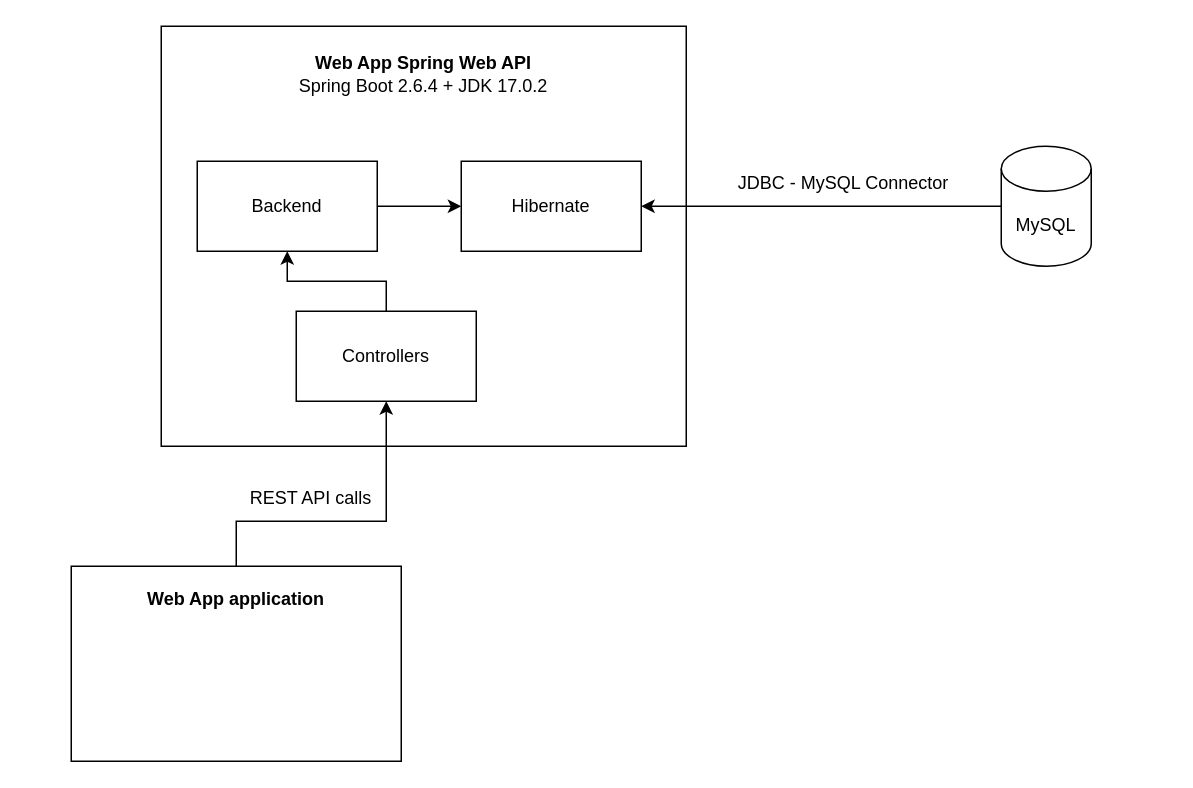
The draw.io diagram diagrams/architecture/architecture_diagram.drawio in BossD3struction/swi1-web-app, before the edit. Source tidied: cells renumbered, new cells numbered last; positions are measured from the earlier drawing's top-left corner, leaving out a move shared by most shapes. Both pictures are drawn from the tidied source at 150%, with x=0, y=0 at pixel (70, 26).
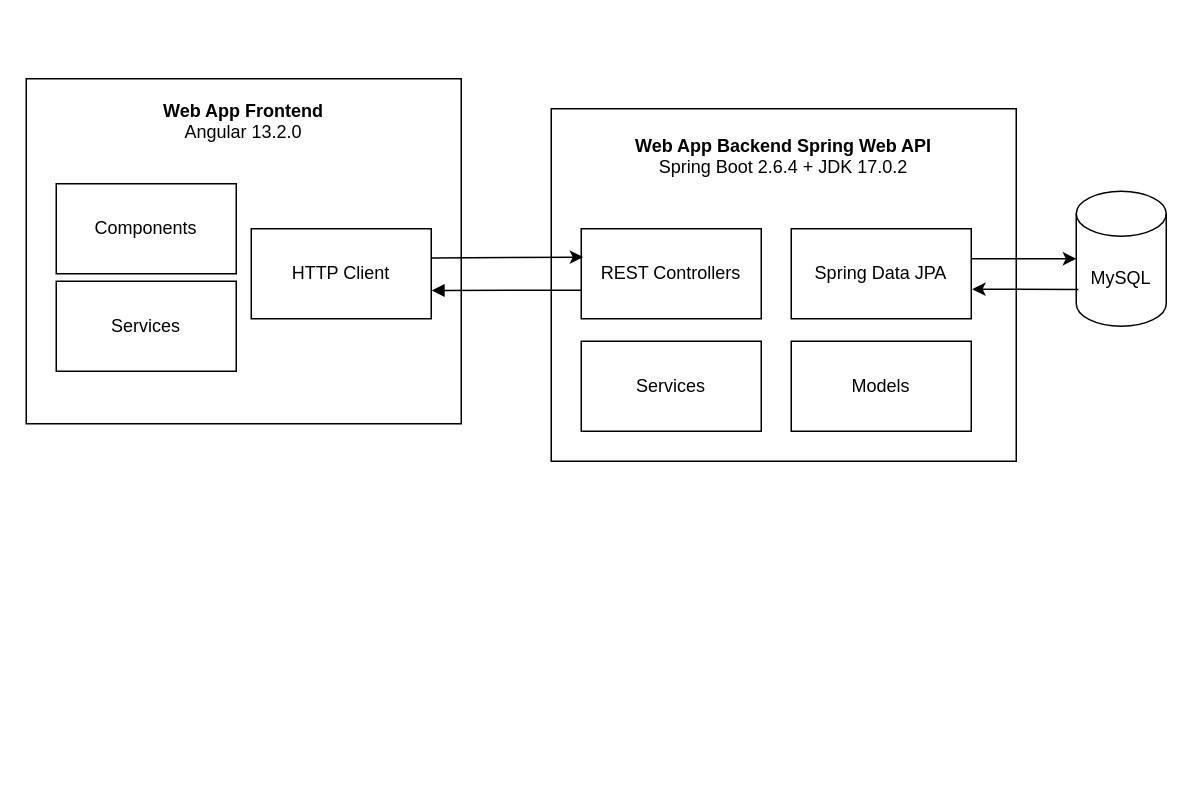
The same page after the edit.

What changed in the source:
```diff
@@
 <mxGraphModel>
   <root>
     <mxCell id="0" />
     <mxCell id="1" parent="0" />
-    <mxCell id="2" value="&lt;b&gt;Web App application&lt;/b&gt;&lt;br&gt;&lt;br&gt;&lt;br&gt;&lt;br&gt;&lt;br&gt;&lt;br&gt;&lt;br&gt;" style="rounded=0;whiteSpace=wrap;html=1;" parent="1" vertex="1">
-      <mxGeometry y="360" width="220" height="130" as="geometry" />
+    <mxCell id="2" value="&lt;b&gt;Web App&amp;nbsp;&lt;/b&gt;&lt;b&gt;Frontend&lt;/b&gt;&lt;br&gt;Angular 13.2.0&lt;br&gt;&lt;br&gt;&lt;br&gt;&lt;br&gt;&lt;br&gt;&lt;br&gt;&lt;br&gt;&lt;br&gt;&lt;br&gt;&lt;br&gt;&lt;br&gt;&lt;br&gt;&lt;br&gt;" style="rounded=0;whiteSpace=wrap;html=1;" parent="1" vertex="1">
+      <mxGeometry x="-30" y="35" width="290" height="230" as="geometry" />
     </mxCell>
-    <mxCell id="3" value="&lt;b&gt;Web App Spring Web API&lt;/b&gt;&lt;br&gt;Spring Boot 2.6.4 + JDK 17.0.2&lt;br&gt;&lt;br&gt;&lt;br&gt;&lt;br&gt;&lt;br&gt;&lt;br&gt;&lt;br&gt;&lt;br&gt;&lt;br&gt;&lt;br&gt;&lt;br&gt;&lt;br&gt;&lt;br&gt;&lt;br&gt;&lt;br&gt;&lt;br&gt;" style="rounded=0;whiteSpace=wrap;html=1;" parent="1" vertex="1">
-      <mxGeometry x="60" width="350" height="280" as="geometry" />
+    <mxCell id="3" value="&lt;b&gt;Web App Backend Spring Web API&lt;/b&gt;&lt;br&gt;Spring Boot 2.6.4 + JDK 17.0.2&lt;br&gt;&lt;br&gt;&lt;br&gt;&lt;br&gt;&lt;br&gt;&lt;br&gt;&lt;br&gt;&lt;br&gt;&lt;br&gt;&lt;br&gt;&lt;br&gt;&lt;br&gt;&lt;br&gt;" style="rounded=0;whiteSpace=wrap;html=1;" parent="1" vertex="1">
+      <mxGeometry x="320" y="55" width="310" height="235" as="geometry" />
     </mxCell>
-    <mxCell id="4" value="Controllers" style="rounded=0;whiteSpace=wrap;html=1;" parent="1" vertex="1">
-      <mxGeometry x="150" y="190" width="120" height="60" as="geometry" />
+    <mxCell id="4" value="REST Controllers" style="rounded=0;whiteSpace=wrap;html=1;" parent="1" vertex="1">
+      <mxGeometry x="340" y="135" width="120" height="60" as="geometry" />
     </mxCell>
-    <mxCell id="5" value="Hibernate" style="rounded=0;whiteSpace=wrap;html=1;" parent="1" vertex="1">
-      <mxGeometry x="260" y="90" width="120" height="60" as="geometry" />
+    <mxCell id="5" value="Spring Data JPA" style="rounded=0;whiteSpace=wrap;html=1;align=center;" parent="1" vertex="1">
+      <mxGeometry x="480" y="135" width="120" height="60" as="geometry" />
     </mxCell>
-    <mxCell id="6" value="Backend" style="rounded=0;whiteSpace=wrap;html=1;" parent="1" vertex="1">
-      <mxGeometry x="84" y="90" width="120" height="60" as="geometry" />
-    </mxCell>
     <mxCell id="7" value="MySQL" style="shape=cylinder3;whiteSpace=wrap;html=1;boundedLbl=1;backgroundOutline=1;size=15;" parent="1" vertex="1">
-      <mxGeometry x="620" y="80" width="60" height="80" as="geometry" />
+      <mxGeometry x="670" y="110" width="60" height="90" as="geometry" />
     </mxCell>
-    <mxCell id="8" style="endArrow=classic;html=1;rounded=0;exitX=0;exitY=0.5;exitDx=0;exitDy=0;exitPerimeter=0;entryX=1;entryY=0.5;entryDx=0;entryDy=0;" parent="1" edge="1" source="7" target="5">
+    <mxCell id="8" style="endArrow=classic;html=1;rounded=0;exitX=0.025;exitY=0.728;exitDx=0;exitDy=0;exitPerimeter=0;entryX=1.005;entryY=0.671;entryDx=0;entryDy=0;entryPerimeter=0;" parent="1" edge="1" source="7" target="5">
       <mxGeometry relative="1" as="geometry" />
     </mxCell>
-    <mxCell id="9" value="JDBC - MySQL Connector" style="text;html=1;strokeColor=none;fillColor=none;align=center;verticalAlign=middle;whiteSpace=wrap;rounded=0;" parent="1" vertex="1">
-      <mxGeometry x="430" y="90" width="170" height="30" as="geometry" />
-    </mxCell>
-    <mxCell id="10" style="endArrow=classic;html=1;rounded=0;entryX=0;entryY=0.5;entryDx=0;entryDy=0;exitX=1;exitY=0.5;exitDx=0;exitDy=0;" parent="1" edge="1" source="6" target="5">
-      <mxGeometry relative="1" as="geometry" />
-    </mxCell>
-    <mxCell id="11" style="endArrow=classic;html=1;rounded=0;exitX=0.5;exitY=0;exitDx=0;exitDy=0;entryX=0.5;entryY=1;entryDx=0;entryDy=0;" parent="1" edge="1" source="4" target="6">
-      <mxGeometry relative="1" as="geometry">
-        <Array as="points">
-          <mxPoint x="210" y="170" />
-          <mxPoint x="144" y="170" />
-        </Array>
-      </mxGeometry>
-    </mxCell>
-    <mxCell id="12" style="endArrow=classic;html=1;rounded=0;exitX=0.5;exitY=0;exitDx=0;exitDy=0;entryX=0.5;entryY=1;entryDx=0;entryDy=0;" parent="1" edge="1" source="2" target="4">
-      <mxGeometry relative="1" as="geometry">
-        <Array as="points">
-          <mxPoint x="110" y="330" />
-          <mxPoint x="210" y="330" />
-        </Array>
-      </mxGeometry>
+    <mxCell id="12" style="endArrow=classic;html=1;rounded=0;entryX=0.011;entryY=0.315;entryDx=0;entryDy=0;exitX=1.003;exitY=0.326;exitDx=0;exitDy=0;exitPerimeter=0;entryPerimeter=0;" parent="1" edge="1" source="17" target="4">
+      <mxGeometry relative="1" as="geometry" />
     </mxCell>
-    <mxCell id="13" value="REST API calls" style="text;html=1;strokeColor=none;fillColor=none;align=center;verticalAlign=middle;whiteSpace=wrap;rounded=0;" parent="1" vertex="1">
-      <mxGeometry x="110" y="300" width="100" height="30" as="geometry" />
-    </mxCell>
+    <mxCell id="14" value="Components" style="rounded=0;whiteSpace=wrap;html=1;" parent="1" vertex="1">
+      <mxGeometry x="-10" y="105" width="120" height="60" as="geometry" />
+    </mxCell>
+    <mxCell id="15" value="Services" style="rounded=0;whiteSpace=wrap;html=1;" parent="1" vertex="1">
+      <mxGeometry x="-10" y="170" width="120" height="60" as="geometry" />
+    </mxCell>
+    <mxCell id="16" style="endArrow=classic;html=1;rounded=0;exitX=1;exitY=0.333;exitDx=0;exitDy=0;exitPerimeter=0;entryX=0;entryY=0.5;entryDx=0;entryDy=0;entryPerimeter=0;" parent="1" edge="1" source="5" target="7">
+      <mxGeometry relative="1" as="geometry" />
+    </mxCell>
+    <mxCell id="17" value="HTTP Client" style="rounded=0;whiteSpace=wrap;html=1;" parent="1" vertex="1">
+      <mxGeometry x="120" y="135" width="120" height="60" as="geometry" />
+    </mxCell>
+    <mxCell id="18" style="endArrow=none;html=1;rounded=0;startArrow=block;startFill=1;endFill=0;exitX=1.003;exitY=0.686;exitDx=0;exitDy=0;exitPerimeter=0;" parent="1" edge="1" source="17">
+      <mxGeometry relative="1" as="geometry">
+        <mxPoint x="340" y="176" as="targetPoint" />
+      </mxGeometry>
+    </mxCell>
+    <mxCell id="19" value="Services" style="rounded=0;whiteSpace=wrap;html=1;" parent="1" vertex="1">
+      <mxGeometry x="340" y="210" width="120" height="60" as="geometry" />
+    </mxCell>
+    <mxCell id="20" value="Models" style="rounded=0;whiteSpace=wrap;html=1;" parent="1" vertex="1">
+      <mxGeometry x="480" y="210" width="120" height="60" as="geometry" />
+    </mxCell>
   </root>
 </mxGraphModel>
```
